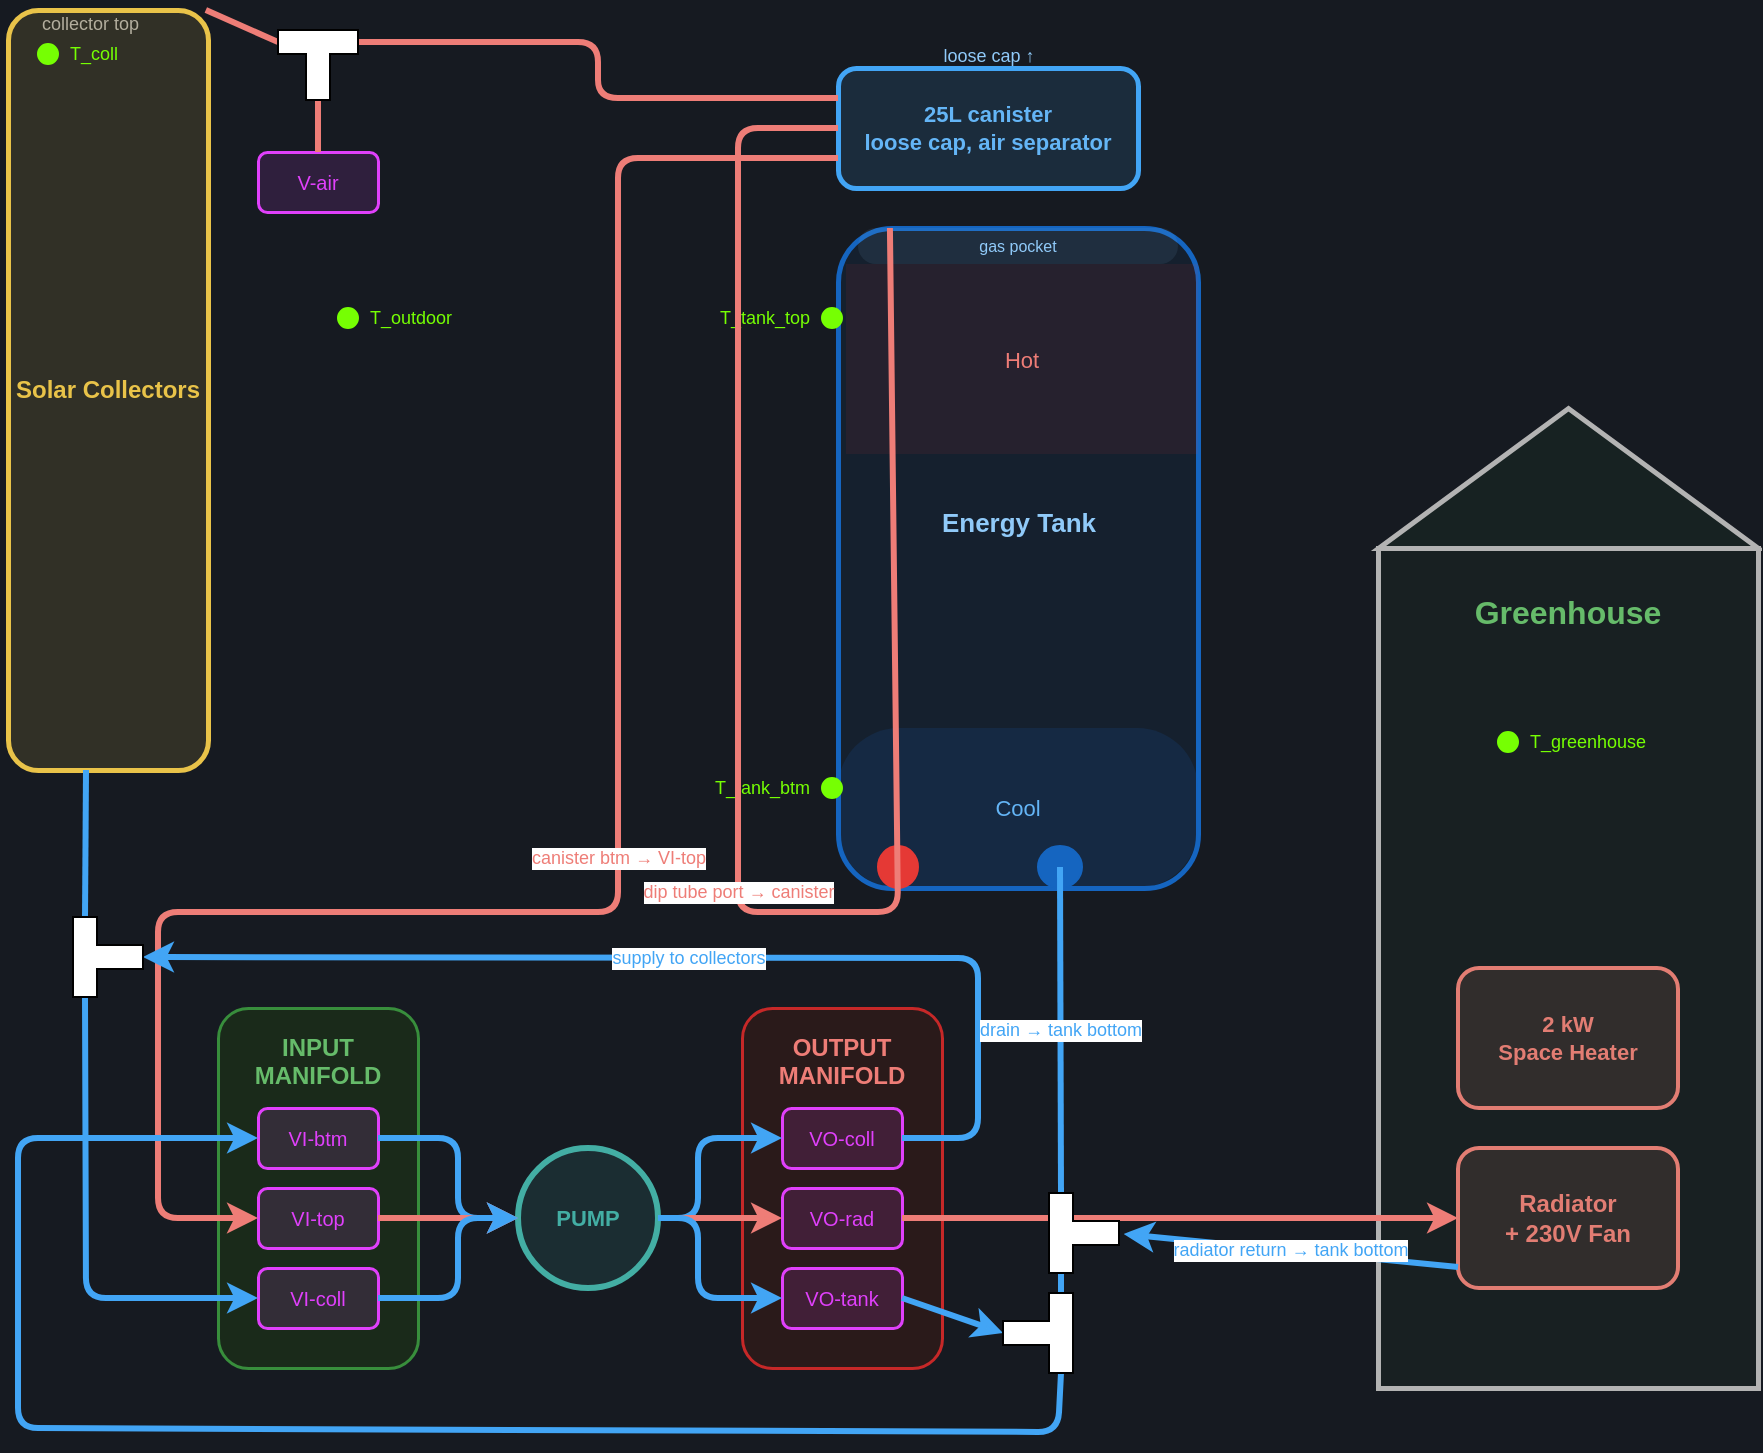
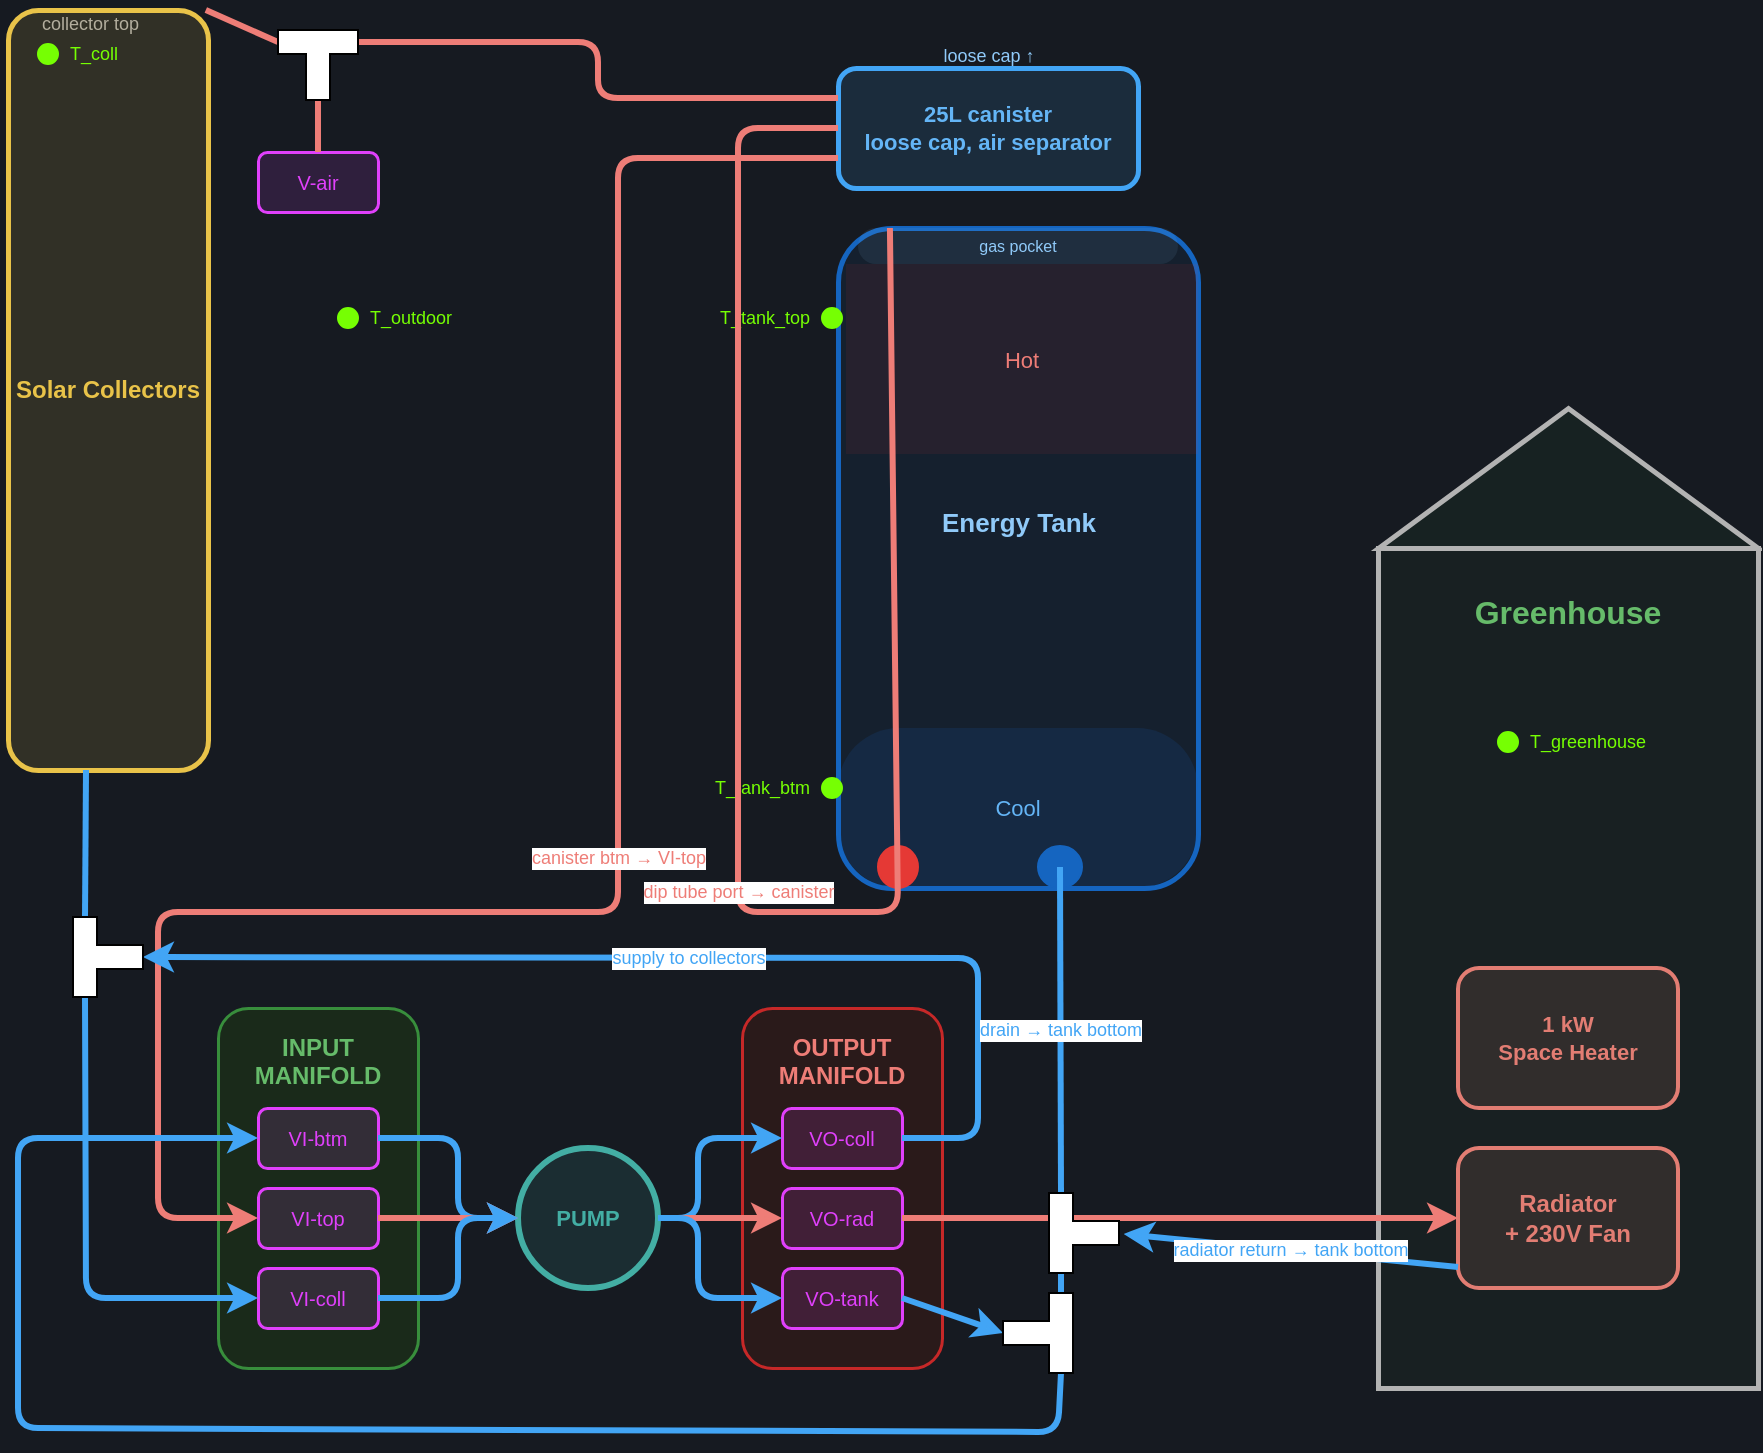
<mxfile host="generate-topology.js" agent="greenhouse-solar-heater">
  <diagram id="system-topology" name="System Topology">
    <mxGraphModel dx="940" dy="760" grid="1" gridSize="10" guides="1" tooltips="1" connect="1" arrows="1" fold="1" page="1" pageScale="1" pageWidth="940" pageHeight="760" math="0" shadow="0" background="#161a21">
      <root>
        <mxCell id="0"/>
        <mxCell id="1" parent="0"/>
        <mxCell id="coll_top_port_label" value="collector top" style="text;html=1;align=left;fontSize=9;fontColor=#aaaaaa;" vertex="1" parent="1"><mxGeometry x="50" y="14" width="90" height="15" as="geometry"/></mxCell>
        <mxCell id="reservoir_vent" value="loose cap ↑" style="text;html=1;align=center;fontSize=9;fontColor=#90caf9;" vertex="1" parent="1"><mxGeometry x="450" y="30" width="150" height="16" as="geometry"/></mxCell>
        <mxCell id="input_manifold" value="INPUT MANIFOLD" style="rounded=1;whiteSpace=wrap;html=1;fillColor=#1a2a1a;strokeColor=#388e3c;strokeWidth=1.5;fontColor=#66bb6a;fontSize=12;fontStyle=1;verticalAlign=top;spacingTop=6;" vertex="1" parent="1"><mxGeometry x="140" y="518" width="100" height="180" as="geometry"/></mxCell>
        <mxCell id="output_manifold" value="OUTPUT MANIFOLD" style="rounded=1;whiteSpace=wrap;html=1;fillColor=#2a1a1a;strokeColor=#c62828;strokeWidth=1.5;fontColor=#ee7d77;fontSize=12;fontStyle=1;verticalAlign=top;spacingTop=6;" vertex="1" parent="1"><mxGeometry x="402" y="518" width="100" height="180" as="geometry"/></mxCell>
        <mxCell id="collectors" value="Solar Collectors" style="rounded=1;whiteSpace=wrap;html=1;fillColor=#e9c34920;strokeColor=#e9c349;strokeWidth=2.5;fontColor=#e9c349;fontSize=12;fontStyle=1;verticalAlign=middle;" vertex="1" parent="1"><mxGeometry x="35" y="19" width="100" height="380" as="geometry"/></mxCell>
        <mxCell id="tank" value="" style="rounded=1;whiteSpace=wrap;html=1;fillColor=#1565c015;strokeColor=#1565c0;strokeWidth=2.5;" vertex="1" parent="1"><mxGeometry x="450" y="128" width="180" height="330" as="geometry"/></mxCell>
        <mxCell id="tank_gas" value="gas pocket" style="rounded=1;whiteSpace=wrap;html=1;fillColor=#90caf915;strokeColor=none;fontColor=#90caf9;fontSize=8;glass=0;arcSize=50;" vertex="1" parent="tank"><mxGeometry x="10" y="0" width="160" height="18" as="geometry"/></mxCell>
        <mxCell id="tank_hot" value="Hot" style="rounded=0;whiteSpace=wrap;html=1;fillColor=#e5393515;strokeColor=none;fontColor=#ee7d77;fontSize=11;" vertex="1" parent="tank"><mxGeometry x="4" y="18" width="176" height="95" as="geometry"/></mxCell>
        <mxCell id="tank_label" value="Energy Tank" style="text;html=1;align=center;fontSize=13;fontStyle=1;fontColor=#90caf9;" vertex="1" parent="tank"><mxGeometry x="4" y="133" width="172" height="60" as="geometry"/></mxCell>
        <mxCell id="tank_cool" value="Cool" style="rounded=1;whiteSpace=wrap;html=1;fillColor=#1565c025;strokeColor=none;fontColor=#64b5f6;fontSize=11;arcSize=38;" vertex="1" parent="tank"><mxGeometry x="0" y="250" width="180" height="80" as="geometry"/></mxCell>
        <mxCell id="tank_dip_port" value="" style="ellipse;whiteSpace=wrap;html=1;fillColor=#e53935;strokeColor=#e53935;" vertex="1" parent="tank"><mxGeometry x="20" y="309" width="20" height="21" as="geometry"/></mxCell>
        <mxCell id="tank_btm_port" value="" style="ellipse;whiteSpace=wrap;html=1;fillColor=#1565c0;strokeColor=#1565c0;" vertex="1" parent="tank"><mxGeometry x="100" y="309" width="22" height="21" as="geometry"/></mxCell>
        <mxCell id="reservoir" value="25L canister&#10;loose cap, air separator" style="rounded=1;whiteSpace=wrap;html=1;fillColor=#42a5f520;strokeColor=#42a5f5;strokeWidth=2.5;fontColor=#64b5f6;fontSize=11;fontStyle=1;" vertex="1" parent="1"><mxGeometry x="450" y="48" width="150" height="60" as="geometry"/></mxCell>
        <mxCell id="pump" value="PUMP" style="ellipse;whiteSpace=wrap;html=1;fillColor=#43aea420;strokeColor=#43aea4;strokeWidth=3;fontColor=#43aea4;fontSize=11;fontStyle=1;" vertex="1" parent="1"><mxGeometry x="290" y="588" width="70" height="70" as="geometry"/></mxCell>
        <mxCell id="radiator" value="Radiator&#10;+ 230V Fan" style="rounded=1;whiteSpace=wrap;html=1;fillColor=#ee7d7720;strokeColor=#ee7d77;strokeWidth=2;fontColor=#ee7d77;fontSize=12;fontStyle=1;" vertex="1" parent="1"><mxGeometry x="760" y="588" width="110" height="70" as="geometry"/></mxCell>
-         <mxCell id="space_heater" value="2 kW&#10;Space Heater" style="rounded=1;whiteSpace=wrap;html=1;fillColor=#ee7d7720;strokeColor=#ee7d77;strokeWidth=2;fontColor=#ee7d77;fontSize=11;fontStyle=1;" vertex="1" parent="1"><mxGeometry x="760" y="498" width="110" height="70" as="geometry"/></mxCell>
+         <mxCell id="space_heater" value="1 kW&#10;Space Heater" style="rounded=1;whiteSpace=wrap;html=1;fillColor=#ee7d7720;strokeColor=#ee7d77;strokeWidth=2;fontColor=#ee7d77;fontSize=11;fontStyle=1;" vertex="1" parent="1"><mxGeometry x="760" y="498" width="110" height="70" as="geometry"/></mxCell>
        <mxCell id="greenhouse_roof" value="" style="triangle;whiteSpace=wrap;html=1;direction=north;fillColor=#2e7d3215;strokeColor=#B3B3B3;strokeWidth=2.5;" vertex="1" parent="1"><mxGeometry x="720" y="218" width="190" height="70" as="geometry"/></mxCell>
        <mxCell id="greenhouse_body" value="Greenhouse" style="rounded=0;whiteSpace=wrap;html=1;fillColor=#2e7d3210;strokeColor=#B3B3B3;strokeWidth=2.5;fontColor=#66bb6a;fontSize=16;fontStyle=1;verticalAlign=top;spacingTop=16;" vertex="1" parent="1"><mxGeometry x="720" y="288" width="190" height="420" as="geometry"/></mxCell>
        <mxCell id="vi_btm" value="VI-btm" style="rounded=1;whiteSpace=wrap;html=1;fillColor=#e040fb20;strokeColor=#e040fb;strokeWidth=1.5;fontColor=#e040fb;fontSize=10;" vertex="1" parent="1"><mxGeometry x="160" y="568" width="60" height="30" as="geometry"/></mxCell>
        <mxCell id="vi_top" value="VI-top" style="rounded=1;whiteSpace=wrap;html=1;fillColor=#e040fb20;strokeColor=#e040fb;strokeWidth=1.5;fontColor=#e040fb;fontSize=10;" vertex="1" parent="1"><mxGeometry x="160" y="608" width="60" height="30" as="geometry"/></mxCell>
        <mxCell id="vi_coll" value="VI-coll" style="rounded=1;whiteSpace=wrap;html=1;fillColor=#e040fb20;strokeColor=#e040fb;strokeWidth=1.5;fontColor=#e040fb;fontSize=10;" vertex="1" parent="1"><mxGeometry x="160" y="648" width="60" height="30" as="geometry"/></mxCell>
        <mxCell id="vo_coll" value="VO-coll" style="rounded=1;whiteSpace=wrap;html=1;fillColor=#e040fb20;strokeColor=#e040fb;strokeWidth=1.5;fontColor=#e040fb;fontSize=10;" vertex="1" parent="1"><mxGeometry x="422" y="568" width="60" height="30" as="geometry"/></mxCell>
        <mxCell id="vo_rad" value="VO-rad" style="rounded=1;whiteSpace=wrap;html=1;fillColor=#e040fb20;strokeColor=#e040fb;strokeWidth=1.5;fontColor=#e040fb;fontSize=10;" vertex="1" parent="1"><mxGeometry x="422" y="608" width="60" height="30" as="geometry"/></mxCell>
        <mxCell id="vo_tank" value="VO-tank" style="rounded=1;whiteSpace=wrap;html=1;fillColor=#e040fb20;strokeColor=#e040fb;strokeWidth=1.5;fontColor=#e040fb;fontSize=10;" vertex="1" parent="1"><mxGeometry x="422" y="648" width="60" height="30" as="geometry"/></mxCell>
        <mxCell id="v_air" value="V-air" style="rounded=1;whiteSpace=wrap;html=1;fillColor=#e040fb20;strokeColor=#e040fb;strokeWidth=1.5;fontColor=#e040fb;fontSize=10;" vertex="1" parent="1"><mxGeometry x="160" y="90" width="60" height="30" as="geometry"/></mxCell>
        <mxCell id="t_collector" value="T_coll" style="ellipse;whiteSpace=wrap;html=1;fillColor=#76ff03;strokeColor=#76ff03;fontColor=#76ff03;fontSize=9;labelPosition=right;verticalLabelPosition=middle;align=left;verticalAlign=middle;spacingLeft=4;" vertex="1" parent="1"><mxGeometry x="50" y="36" width="10" height="10" as="geometry"/></mxCell>
        <mxCell id="t_tank_top" value="T_tank_top" style="ellipse;whiteSpace=wrap;html=1;fillColor=#76ff03;strokeColor=#76ff03;fontColor=#76ff03;fontSize=9;labelPosition=left;verticalLabelPosition=middle;align=right;verticalAlign=middle;spacingLeft=0;spacingRight=4;" vertex="1" parent="1"><mxGeometry x="442" y="168" width="10" height="10" as="geometry"/></mxCell>
        <mxCell id="t_tank_bottom" value="T_tank_btm" style="ellipse;whiteSpace=wrap;html=1;fillColor=#76ff03;strokeColor=#76ff03;fontColor=#76ff03;fontSize=9;labelPosition=left;verticalLabelPosition=middle;align=right;verticalAlign=middle;spacingLeft=0;spacingRight=4;" vertex="1" parent="1"><mxGeometry x="442" y="403" width="10" height="10" as="geometry"/></mxCell>
        <mxCell id="t_greenhouse" value="T_greenhouse" style="ellipse;whiteSpace=wrap;html=1;fillColor=#76ff03;strokeColor=#76ff03;fontColor=#76ff03;fontSize=9;labelPosition=right;verticalLabelPosition=middle;align=left;verticalAlign=middle;spacingLeft=4;" vertex="1" parent="1"><mxGeometry x="780" y="380" width="10" height="10" as="geometry"/></mxCell>
        <mxCell id="t_outdoor" value="T_outdoor" style="ellipse;whiteSpace=wrap;html=1;fillColor=#76ff03;strokeColor=#76ff03;fontColor=#76ff03;fontSize=9;labelPosition=right;verticalLabelPosition=middle;align=left;verticalAlign=middle;spacingLeft=4;" vertex="1" parent="1"><mxGeometry x="200" y="168" width="10" height="10" as="geometry"/></mxCell>
        <mxCell id="pipe_coll_top_tee" value="" style="endArrow=none;html=1;strokeColor=#ee7d77;strokeWidth=3;fontColor=#ee7d77;fontSize=9;exitX=0.95;exitY=0.04;exitDx=0;exitDy=0;entryX=0;entryY=0;entryDx=0;entryDy=6;entryPerimeter=0;" edge="1" parent="1" source="collectors" target="tee_collector_top"><mxGeometry relative="1" as="geometry"></mxGeometry></mxCell>
        <mxCell id="pipe_coll_top_reservoir" value="" style="endArrow=none;html=1;strokeColor=#ee7d77;strokeWidth=3;fontColor=#ee7d77;fontSize=9;exitX=0;exitY=0;exitDx=40;exitDy=6;exitPerimeter=0;entryX=0;entryY=0.25;entryDx=0;entryDy=0;" edge="1" parent="1" source="tee_collector_top" target="reservoir"><mxGeometry relative="1" as="geometry"><Array as="points"><mxPoint x="330" y="35"/><mxPoint x="330" y="63"/></Array></mxGeometry></mxCell>
        <mxCell id="pipe_vair_colltee" value="" style="endArrow=none;html=1;strokeColor=#ee7d77;strokeWidth=3;fontColor=#ee7d77;fontSize=9;exitX=0.5;exitY=1;exitDx=0;exitDy=0;exitPerimeter=0;entryX=0.5;entryY=0;entryDx=0;entryDy=0;" edge="1" parent="1" source="tee_collector_top" target="v_air"><mxGeometry relative="1" as="geometry"></mxGeometry></mxCell>
        <mxCell id="pipe_dip_reservoir" value="dip tube port → canister" style="endArrow=none;html=1;strokeColor=#ee7d77;strokeWidth=3;fontColor=#ee7d77;fontSize=9;exitX=0.167;exitY=0.032;exitDx=0;exitDy=0;entryX=0;entryY=0.5;entryDx=0;entryDy=0;" edge="1" parent="1" source="tank" target="reservoir"><mxGeometry relative="1" as="geometry"><Array as="points"><mxPoint x="480" y="470"/><mxPoint x="400" y="470"/><mxPoint x="400" y="78"/></Array></mxGeometry></mxCell>
        <mxCell id="pipe_reservoir_vitop" value="canister btm → VI-top" style="endArrow=classic;html=1;strokeColor=#ee7d77;strokeWidth=3;fontColor=#ee7d77;fontSize=9;exitX=0;exitY=0.75;exitDx=0;exitDy=0;entryX=0;entryY=0.5;entryDx=0;entryDy=0;" edge="1" parent="1" source="reservoir" target="vi_top"><mxGeometry relative="1" as="geometry"><Array as="points"><mxPoint x="340" y="93"/><mxPoint x="340" y="470"/><mxPoint x="110" y="470"/><mxPoint x="110" y="623"/></Array></mxGeometry></mxCell>
        <mxCell id="pipe_tank_vibtm" value="" style="endArrow=classic;html=1;strokeColor=#42a5f5;strokeWidth=3;fontColor=#42a5f5;fontSize=9;exitX=0;exitY=0;exitDx=40;exitDy=6;exitPerimeter=0;entryX=0;entryY=0.5;entryDx=0;entryDy=0;" edge="1" parent="1" source="tee_output_lower" target="vi_btm"><mxGeometry relative="1" as="geometry"><Array as="points"><mxPoint x="560" y="730"/><mxPoint x="40" y="728"/><mxPoint x="40" y="583"/></Array></mxGeometry></mxCell>
        <mxCell id="pipe_collbtm_vicoll" value="" style="endArrow=none;endFill=0;html=1;strokeColor=#42a5f5;strokeWidth=3;fontColor=#42a5f5;fontSize=9;exitX=0.39;exitY=1;exitDx=0;exitDy=0;entryX=0;entryY=0;entryDx=40;entryDy=6;entryPerimeter=0;" edge="1" parent="1" source="collectors" target="tee_collectors"><mxGeometry relative="1" as="geometry"></mxGeometry></mxCell>
        <mxCell id="pipe_vibtm_pump" value="" style="endArrow=classic;html=1;strokeColor=#42a5f5;strokeWidth=3;exitX=1;exitY=0.5;exitDx=0;exitDy=0;entryX=0;entryY=0.5;entryDx=0;entryDy=0;" edge="1" parent="1" source="vi_btm" target="pump"><mxGeometry relative="1" as="geometry"><Array as="points"><mxPoint x="260" y="583"/><mxPoint x="260" y="623"/></Array></mxGeometry></mxCell>
        <mxCell id="pipe_vitop_pump" value="" style="endArrow=classic;html=1;strokeColor=#ee7d77;strokeWidth=3;exitX=1;exitY=0.5;exitDx=0;exitDy=0;entryX=0;entryY=0.5;entryDx=0;entryDy=0;" edge="1" parent="1" source="vi_top" target="pump"><mxGeometry relative="1" as="geometry"></mxGeometry></mxCell>
        <mxCell id="pipe_vicoll_pump" value="" style="endArrow=classic;html=1;strokeColor=#42a5f5;strokeWidth=3;exitX=1;exitY=0.5;exitDx=0;exitDy=0;entryX=0;entryY=0.5;entryDx=0;entryDy=0;" edge="1" parent="1" source="vi_coll" target="pump"><mxGeometry relative="1" as="geometry"><Array as="points"><mxPoint x="260" y="663"/><mxPoint x="260" y="623"/></Array></mxGeometry></mxCell>
        <mxCell id="pipe_pump_vocoll" value="" style="endArrow=classic;html=1;strokeColor=#42a5f5;strokeWidth=3;exitX=1;exitY=0.5;exitDx=0;exitDy=0;entryX=0;entryY=0.5;entryDx=0;entryDy=0;" edge="1" parent="1" source="pump" target="vo_coll"><mxGeometry relative="1" as="geometry"><Array as="points"><mxPoint x="380" y="623"/><mxPoint x="380" y="583"/></Array></mxGeometry></mxCell>
        <mxCell id="pipe_pump_vorad" value="" style="endArrow=classic;html=1;strokeColor=#ee7d77;strokeWidth=3;exitX=1;exitY=0.5;exitDx=0;exitDy=0;entryX=0;entryY=0.5;entryDx=0;entryDy=0;" edge="1" parent="1" source="pump" target="vo_rad"><mxGeometry relative="1" as="geometry"></mxGeometry></mxCell>
        <mxCell id="pipe_pump_votank" value="" style="endArrow=classic;html=1;strokeColor=#42a5f5;strokeWidth=3;exitX=1;exitY=0.5;exitDx=0;exitDy=0;entryX=0;entryY=0.5;entryDx=0;entryDy=0;" edge="1" parent="1" source="pump" target="vo_tank"><mxGeometry relative="1" as="geometry"><Array as="points"><mxPoint x="380" y="623"/><mxPoint x="380" y="663"/></Array></mxGeometry></mxCell>
        <mxCell id="pipe_vocoll_collbtm" value="supply to collectors" style="endArrow=classic;html=1;strokeColor=#42a5f5;strokeWidth=3;fontColor=#42a5f5;fontSize=9;exitX=1;exitY=0.5;exitDx=0;exitDy=0;entryX=0.5;entryY=1;entryDx=0;entryDy=0;entryPerimeter=0;" edge="1" parent="1" source="vo_coll" target="tee_collectors"><mxGeometry relative="1" as="geometry"><Array as="points"><mxPoint x="520" y="583"/><mxPoint x="520" y="493"/></Array></mxGeometry></mxCell>
        <mxCell id="pipe_tee_collectors_vicoll" value="" style="endArrow=classic;html=1;strokeColor=#42a5f5;strokeWidth=3;fontColor=#42a5f5;fontSize=9;exitX=0;exitY=0;exitDx=0;exitDy=6;exitPerimeter=0;entryX=0;entryY=0.5;entryDx=0;entryDy=0;" edge="1" parent="1" source="tee_collectors" target="vi_coll"><mxGeometry relative="1" as="geometry"><Array as="points"><mxPoint x="74" y="663"/></Array></mxGeometry></mxCell>
        <mxCell id="pipe_vorad_radiator" value="" style="endArrow=classic;html=1;strokeColor=#ee7d77;strokeWidth=3;fontColor=#ee7d77;fontSize=9;exitX=1;exitY=0.5;exitDx=0;exitDy=0;entryX=0;entryY=0.5;entryDx=0;entryDy=0;" edge="1" parent="1" source="vo_rad" target="radiator"><mxGeometry relative="1" as="geometry"><Array as="points"><mxPoint x="690" y="623"/></Array></mxGeometry></mxCell>
        <mxCell id="pipe_votank_tee_lower" value="" style="endArrow=classic;html=1;strokeColor=#42a5f5;strokeWidth=3;fontColor=#42a5f5;fontSize=9;exitX=1;exitY=0.5;exitDx=0;exitDy=0;entryX=0.5;entryY=1;entryDx=0;entryDy=0;entryPerimeter=0;" edge="1" parent="1" source="vo_tank" target="tee_output_lower"><mxGeometry relative="1" as="geometry"></mxGeometry></mxCell>
        <mxCell id="pipe_tee_lower_tee_upper" value="" style="endArrow=none;endFill=0;html=1;strokeColor=#42a5f5;strokeWidth=3;fontColor=#42a5f5;fontSize=9;exitX=0;exitY=0;exitDx=0;exitDy=6;exitPerimeter=0;entryX=0;entryY=0;entryDx=0;entryDy=6;entryPerimeter=0;" edge="1" parent="1" source="tee_output_lower" target="tee_output_upper"><mxGeometry relative="1" as="geometry"></mxGeometry></mxCell>
        <mxCell id="pipe_votank_tank" value="drain → tank bottom" style="endArrow=none;endFill=0;html=1;strokeColor=#42a5f5;strokeWidth=3;fontColor=#42a5f5;fontSize=9;exitX=0;exitY=0;exitDx=40;exitDy=6;exitPerimeter=0;entryX=0.5;entryY=0.5;entryDx=0;entryDy=0;" edge="1" parent="1" source="tee_output_upper" target="tank_btm_port"><mxGeometry relative="1" as="geometry"></mxGeometry></mxCell>
        <mxCell id="pipe_rad_return" value="radiator return → tank bottom" style="endArrow=classic;html=1;strokeColor=#42a5f5;strokeWidth=3;fontColor=#42a5f5;fontSize=9;exitX=0;exitY=0.85;exitDx=0;exitDy=0;entryX=0.488;entryY=1.067;entryDx=0;entryDy=0;entryPerimeter=0;" edge="1" parent="1" source="radiator" target="tee_output_upper"><mxGeometry relative="1" as="geometry"></mxGeometry></mxCell>
        <mxCell id="tee_output_lower" value="" style="shape=tee;whiteSpace=wrap;html=1;dx=12;dy=12;rotation=90;" vertex="1" parent="1"><mxGeometry x="530" y="663" width="40" height="35" as="geometry"/></mxCell>
        <mxCell id="tee_output_upper" value="" style="shape=tee;whiteSpace=wrap;html=1;dx=12;dy=12;rotation=-90;" vertex="1" parent="1"><mxGeometry x="553" y="613" width="40" height="35" as="geometry"/></mxCell>
        <mxCell id="tee_collectors" value="" style="shape=tee;whiteSpace=wrap;html=1;dx=12;dy=12;rotation=-90;" vertex="1" parent="1"><mxGeometry x="65" y="475" width="40" height="35" as="geometry"/></mxCell>
        <mxCell id="tee_collector_top" value="" style="shape=tee;whiteSpace=wrap;html=1;dx=12;dy=12;rotation=0;" vertex="1" parent="1"><mxGeometry x="170" y="29" width="40" height="35" as="geometry"/></mxCell>
      </root>
    </mxGraphModel>
  </diagram>
</mxfile>
